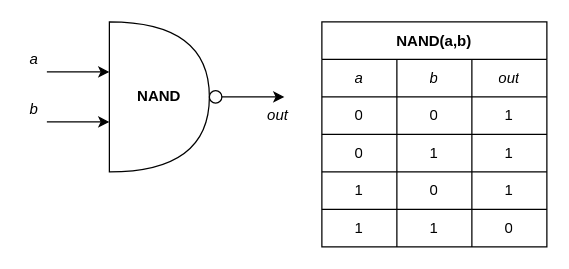
aaronmbos/nand2tetris keeps this draw.io diagram as page "NAND" (1 of 7) of diagrams.drawio. Above is the earlier version. Source tidied: cells renumbered, new cells numbered last; positions are measured from the earlier drawing's top-left corner, leaving out a move shared by most shapes. Both pictures are drawn from the tidied source at 125%, with x=0, y=0 at pixel (21, 21).
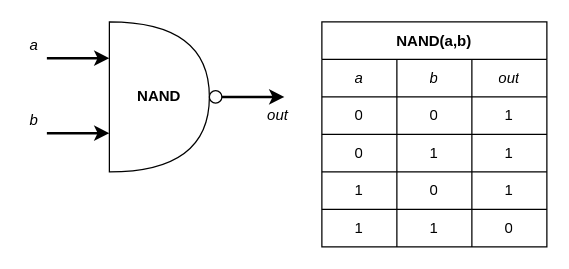
The same page after the edit.

Diff of the diagram source:
```diff
@@
-    <mxCell id="25" style="endArrow=classic;html=1;rounded=0;fontFamily=JetBrains Mono;" parent="1" edge="1">
+    <mxCell id="25" style="endArrow=classic;html=1;rounded=0;fontFamily=JetBrains Mono;strokeWidth=2;" parent="1" edge="1">
       <mxGeometry relative="1" as="geometry">
-        <mxPoint x="20" y="40" as="sourcePoint" />
-        <mxPoint x="70" y="40" as="targetPoint" />
+        <mxPoint x="20" y="29" as="sourcePoint" />
+        <mxPoint x="70" y="29" as="targetPoint" />
       </mxGeometry>
     </mxCell>
-    <mxCell id="26" style="endArrow=classic;html=1;rounded=0;fontFamily=JetBrains Mono;" parent="1" edge="1">
+    <mxCell id="26" style="endArrow=classic;html=1;rounded=0;fontFamily=JetBrains Mono;strokeWidth=2;" parent="1" edge="1">
       <mxGeometry relative="1" as="geometry">
-        <mxPoint x="20" y="80" as="sourcePoint" />
-        <mxPoint x="70" y="80" as="targetPoint" />
+        <mxPoint x="20" y="89" as="sourcePoint" />
+        <mxPoint x="70" y="89" as="targetPoint" />
       </mxGeometry>
     </mxCell>
@@
     <mxCell id="28" value="&lt;i&gt;a&lt;/i&gt;" style="text;html=1;strokeColor=none;fillColor=none;align=center;verticalAlign=middle;whiteSpace=wrap;rounded=0;fontFamily=JetBrains Mono;" parent="1" vertex="1">
-      <mxGeometry y="20" width="20" height="20" as="geometry" />
+      <mxGeometry y="9" width="20" height="20" as="geometry" />
     </mxCell>
     <mxCell id="29" value="&lt;i&gt;b&lt;/i&gt;" style="text;html=1;strokeColor=none;fillColor=none;align=center;verticalAlign=middle;whiteSpace=wrap;rounded=0;fontFamily=JetBrains Mono;" parent="1" vertex="1">
-      <mxGeometry y="60" width="20" height="20" as="geometry" />
+      <mxGeometry y="69" width="20" height="20" as="geometry" />
     </mxCell>
@@
-    <mxCell id="31" style="endArrow=classic;html=1;rounded=0;fontFamily=JetBrains Mono;" parent="1" edge="1">
+    <mxCell id="31" style="endArrow=classic;html=1;rounded=0;fontFamily=JetBrains Mono;strokeWidth=2;" parent="1" edge="1">
       <mxGeometry relative="1" as="geometry">
         <mxPoint x="160" y="60" as="sourcePoint" />
         <mxPoint x="210" y="60" as="targetPoint" />
       </mxGeometry>
     </mxCell>
```
